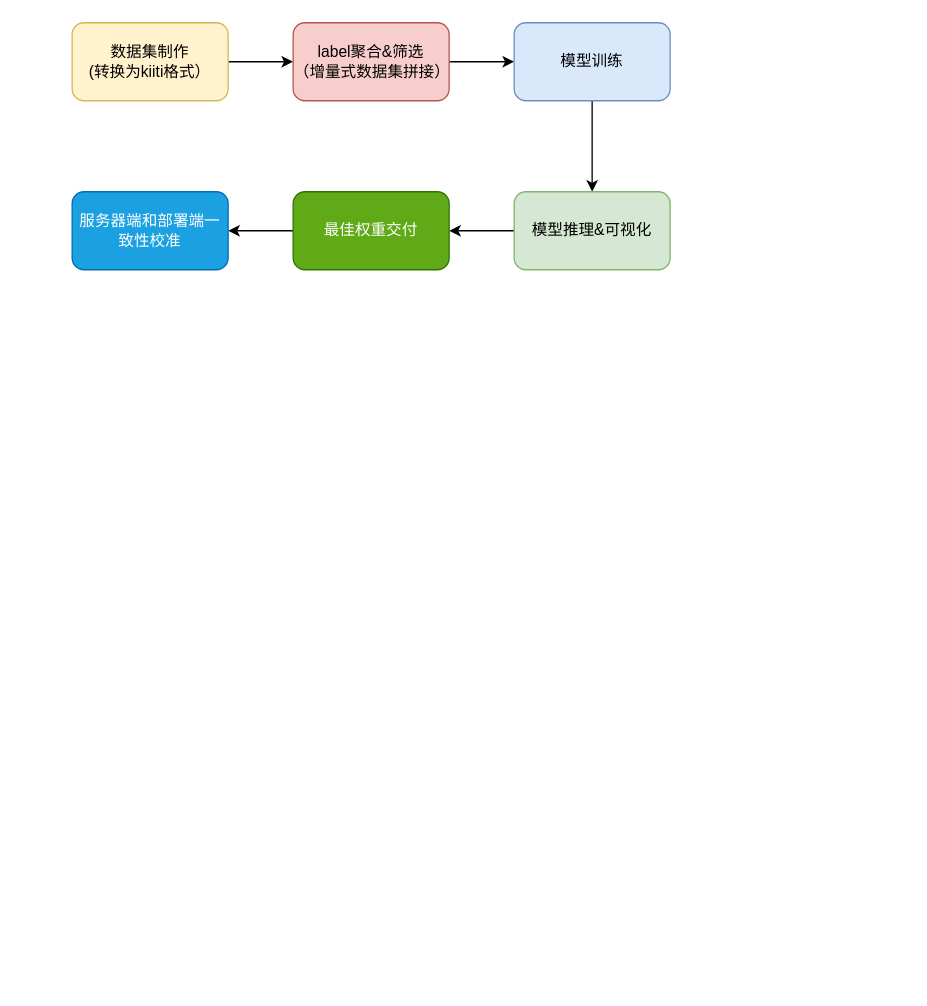
This is model training.drawio from HouXin-J/BEVDet, a draw.io file, before an edit. Source tidied: cells renumbered, new cells numbered last; positions are measured from the earlier drawing's top-left corner, leaving out a move shared by most shapes. Both pictures are drawn from the tidied source at 130%, with x=0, y=0 at pixel (72, 22).
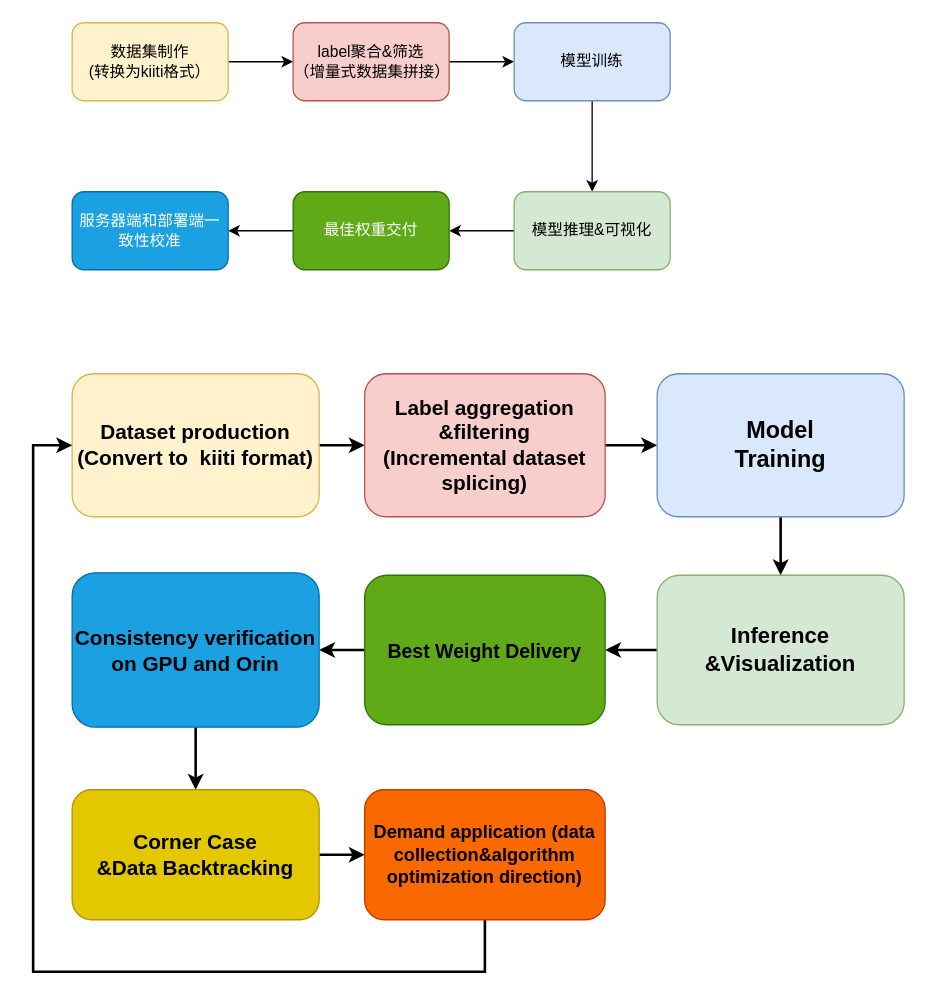
The same diagram, later.

What changed in the source:
```diff
@@
+    <mxCell id="13" style="edgeStyle=orthogonalEdgeStyle;rounded=0;jettySize=auto;html=1;strokeWidth=2;" parent="1" edge="1" source="14" target="16">
+      <mxGeometry relative="1" as="geometry" />
+    </mxCell>
+    <mxCell id="14" value="&lt;div style=&quot;font-size: 16px;&quot;&gt;&lt;b style=&quot;&quot;&gt;&lt;font style=&quot;font-size: 16px;&quot;&gt;Dataset production&lt;/font&gt;&lt;/b&gt;&lt;/div&gt;&lt;div style=&quot;font-size: 16px;&quot;&gt;&lt;b style=&quot;&quot;&gt;&lt;font style=&quot;font-size: 16px;&quot;&gt;(Convert to&amp;nbsp;&amp;nbsp;&lt;span style=&quot;background-color: initial;&quot;&gt;kiiti format)&lt;/span&gt;&lt;/font&gt;&lt;/b&gt;&lt;/div&gt;" style="rounded=1;whiteSpace=wrap;html=1;fillColor=#fff2cc;strokeColor=#d6b656;" parent="1" vertex="1">
+      <mxGeometry y="270" width="190" height="110" as="geometry" />
+    </mxCell>
+    <mxCell id="15" style="edgeStyle=orthogonalEdgeStyle;rounded=0;jettySize=auto;html=1;strokeWidth=2;" parent="1" edge="1" source="16" target="18">
+      <mxGeometry relative="1" as="geometry" />
+    </mxCell>
+    <mxCell id="16" value="&lt;div style=&quot;font-size: 16px;&quot;&gt;&lt;b style=&quot;&quot;&gt;&lt;font style=&quot;font-size: 16px;&quot;&gt;Label aggregation&lt;/font&gt;&lt;/b&gt;&lt;/div&gt;&lt;div style=&quot;font-size: 16px;&quot;&gt;&lt;b&gt;&lt;font style=&quot;font-size: 16px;&quot;&gt;&amp;amp;&lt;/font&gt;&lt;/b&gt;&lt;b style=&quot;background-color: initial;&quot;&gt;filtering&lt;/b&gt;&lt;/div&gt;&lt;div style=&quot;font-size: 16px;&quot;&gt;&lt;b style=&quot;&quot;&gt;&lt;font style=&quot;font-size: 16px;&quot;&gt;(Incremental dataset splicing)&lt;/font&gt;&lt;/b&gt;&lt;/div&gt;" style="whiteSpace=wrap;html=1;rounded=1;fillColor=#f8cecc;strokeColor=#b85450;" parent="1" vertex="1">
+      <mxGeometry x="225" y="270" width="185" height="110" as="geometry" />
+    </mxCell>
+    <mxCell id="17" style="edgeStyle=orthogonalEdgeStyle;rounded=0;jettySize=auto;html=1;strokeWidth=2;" parent="1" edge="1" source="18" target="20">
+      <mxGeometry relative="1" as="geometry" />
+    </mxCell>
+    <mxCell id="18" value="&lt;b&gt;&lt;font style=&quot;font-size: 18px;&quot;&gt;Model &lt;br&gt;Training&lt;/font&gt;&lt;/b&gt;" style="whiteSpace=wrap;html=1;rounded=1;fillColor=#dae8fc;strokeColor=#6c8ebf;" parent="1" vertex="1">
+      <mxGeometry x="450" y="270" width="190" height="110" as="geometry" />
+    </mxCell>
+    <mxCell id="19" style="edgeStyle=orthogonalEdgeStyle;rounded=0;jettySize=auto;html=1;strokeWidth=2;" parent="1" edge="1" source="20" target="22">
+      <mxGeometry relative="1" as="geometry" />
+    </mxCell>
+    <mxCell id="20" value="&lt;b style=&quot;font-size: 17px;&quot;&gt;&lt;font style=&quot;font-size: 17px;&quot;&gt;Inference&lt;br&gt;&amp;amp;Visualization&lt;/font&gt;&lt;/b&gt;" style="whiteSpace=wrap;html=1;rounded=1;fillColor=#d5e8d4;strokeColor=#82b366;" parent="1" vertex="1">
+      <mxGeometry x="450" y="425" width="190" height="115" as="geometry" />
+    </mxCell>
+    <mxCell id="21" style="edgeStyle=orthogonalEdgeStyle;rounded=0;jettySize=auto;html=1;strokeWidth=2;" parent="1" edge="1" source="22" target="24">
+      <mxGeometry relative="1" as="geometry" />
+    </mxCell>
+    <mxCell id="22" value="&lt;b&gt;&lt;font style=&quot;font-size: 15px;&quot; color=&quot;#000000&quot;&gt;Best Weight Delivery&lt;/font&gt;&lt;/b&gt;" style="whiteSpace=wrap;html=1;rounded=1;fillColor=#60a917;fontColor=#ffffff;strokeColor=#2D7600;" parent="1" vertex="1">
+      <mxGeometry x="225" y="425" width="185" height="115" as="geometry" />
+    </mxCell>
+    <mxCell id="23" style="edgeStyle=orthogonalEdgeStyle;rounded=0;jettySize=auto;html=1;fontSize=16;fontColor=#000000;strokeWidth=2;" parent="1" edge="1" source="24" target="26">
+      <mxGeometry relative="1" as="geometry" />
+    </mxCell>
+    <mxCell id="24" value="&lt;b&gt;&lt;font color=&quot;#000000&quot; style=&quot;font-size: 16px;&quot;&gt;Consistency verification on GPU and Orin&lt;/font&gt;&lt;/b&gt;" style="whiteSpace=wrap;html=1;fillColor=#1ba1e2;strokeColor=#006EAF;fontColor=#ffffff;rounded=1;" parent="1" vertex="1">
+      <mxGeometry y="423.1" width="190" height="118.8" as="geometry" />
+    </mxCell>
+    <mxCell id="25" style="edgeStyle=orthogonalEdgeStyle;rounded=0;jettySize=auto;html=1;fontSize=16;fontColor=#000000;strokeWidth=2;" parent="1" edge="1" source="26" target="28">
+      <mxGeometry relative="1" as="geometry" />
+    </mxCell>
+    <mxCell id="26" value="&lt;b style=&quot;font-size: 16px;&quot;&gt;Corner Case &lt;br&gt;&amp;amp;Data Backtracking&lt;/b&gt;" style="whiteSpace=wrap;html=1;fillColor=#e3c800;strokeColor=#B09500;fontColor=#000000;rounded=1;" parent="1" vertex="1">
+      <mxGeometry y="590" width="190" height="100" as="geometry" />
+    </mxCell>
+    <mxCell id="27" style="edgeStyle=orthogonalEdgeStyle;rounded=0;jettySize=auto;html=1;entryX=0;entryY=0.5;entryDx=0;entryDy=0;fontSize=14;fontColor=#000000;strokeWidth=2;" parent="1" edge="1" source="28" target="14">
+      <mxGeometry relative="1" as="geometry">
+        <Array as="points">
+          <mxPoint x="318" y="730" />
+          <mxPoint x="-30" y="730" />
+          <mxPoint x="-30" y="325" />
+        </Array>
+      </mxGeometry>
+    </mxCell>
+    <mxCell id="28" value="&lt;b&gt;&lt;font style=&quot;font-size: 14px;&quot;&gt;Demand application (data collection&amp;amp;algorithm optimization direction)&lt;/font&gt;&lt;/b&gt;" style="whiteSpace=wrap;html=1;fillColor=#fa6800;strokeColor=#C73500;fontColor=#000000;rounded=1;" parent="1" vertex="1">
+      <mxGeometry x="225" y="590" width="185" height="100" as="geometry" />
+    </mxCell>
```
